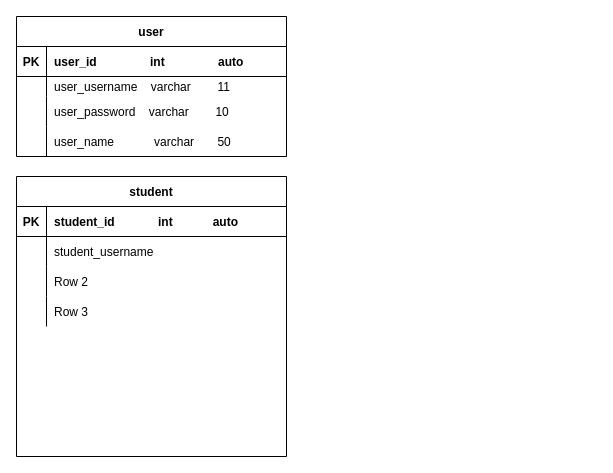
Before: database.drawio in Zwiikty/GPCheck, a draw.io diagram. Source tidied: cells renumbered, new cells numbered last; positions are measured from the earlier drawing's top-left corner, leaving out a move shared by most shapes. Both pictures are drawn from the tidied source at 100%, with x=0, y=0 at pixel (16, 16).
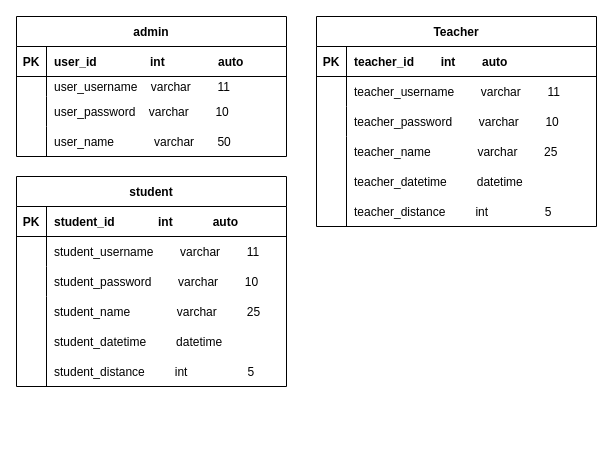
Above is the later version.

The change refers to these unchanged cells:
```xml
<mxCell id="19" style="shape=partialRectangle;fillColor=none;top=0;left=0;bottom=0;right=0;" parent="15" vertex="1">
  <mxGeometry y="60" width="270" height="30" as="geometry" />
</mxCell>
<mxCell id="22" style="shape=partialRectangle;fillColor=none;top=0;left=0;bottom=0;right=0;" parent="15" vertex="1">
  <mxGeometry y="90" width="270" height="30" as="geometry" />
</mxCell>
<mxCell id="25" style="shape=partialRectangle;fillColor=none;top=0;left=0;bottom=0;right=0;" parent="15" vertex="1">
  <mxGeometry y="120" width="270" height="30" as="geometry" />
</mxCell>
```

Change to the diagram source:
```diff
@@
-    <mxCell id="2" value="user" style="shape=table;startSize=30;childLayout=tableLayout;rowLines=0;fontStyle=1;align=center;" parent="1" vertex="1">
+    <mxCell id="2" value="admin" style="shape=table;startSize=30;childLayout=tableLayout;rowLines=0;fontStyle=1;align=center;" parent="1" vertex="1">
       <mxGeometry width="270" height="140" as="geometry" />
     </mxCell>
@@
     <mxCell id="15" value="student" style="shape=table;startSize=30;childLayout=tableLayout;rowLines=0;fontStyle=1;align=center;" parent="1" vertex="1">
-      <mxGeometry y="160" width="270" height="280" as="geometry" />
+      <mxGeometry y="160" width="270" height="210" as="geometry" />
     </mxCell>
@@
-    <mxCell id="21" value="student_username          " style="shape=partialRectangle;fillColor=none;top=0;left=0;bottom=0;right=0;align=left;spacingLeft=6;overflow=hidden;" parent="19" vertex="1">
+    <mxCell id="21" value="student_username        varchar        11         " style="shape=partialRectangle;fillColor=none;top=0;left=0;bottom=0;right=0;align=left;spacingLeft=6;overflow=hidden;" parent="19" vertex="1">
       <mxGeometry x="30" width="240" height="30" as="geometry" />
     </mxCell>
@@
-    <mxCell id="24" value="Row 2" style="shape=partialRectangle;fillColor=none;top=0;left=0;bottom=0;right=0;align=left;spacingLeft=6;overflow=hidden;" parent="22" vertex="1">
+    <mxCell id="24" value="student_password        varchar        10" style="shape=partialRectangle;fillColor=none;top=0;left=0;bottom=0;right=0;align=left;spacingLeft=6;overflow=hidden;" parent="22" vertex="1">
       <mxGeometry x="30" width="240" height="30" as="geometry" />
     </mxCell>
@@
-    <mxCell id="27" value="Row 3" style="shape=partialRectangle;fillColor=none;top=0;left=0;bottom=0;right=0;align=left;spacingLeft=6;overflow=hidden;" parent="25" vertex="1">
+    <mxCell id="27" value="student_name              varchar         25" style="shape=partialRectangle;fillColor=none;top=0;left=0;bottom=0;right=0;align=left;spacingLeft=6;overflow=hidden;" parent="25" vertex="1">
       <mxGeometry x="30" width="240" height="30" as="geometry" />
     </mxCell>
+    <mxCell id="28" value="student_datetime         datetime        " style="shape=partialRectangle;fillColor=none;top=0;left=0;bottom=0;right=0;align=left;spacingLeft=6;overflow=hidden;" parent="1" vertex="1">
+      <mxGeometry x="30" y="310" width="240" height="30" as="geometry" />
+    </mxCell>
+    <mxCell id="29" value="student_distance         int                  5         " style="shape=partialRectangle;fillColor=none;top=0;left=0;bottom=0;right=0;align=left;spacingLeft=6;overflow=hidden;" parent="1" vertex="1">
+      <mxGeometry x="30" y="340" width="240" height="30" as="geometry" />
+    </mxCell>
+    <mxCell id="30" style="shape=partialRectangle;fillColor=none;top=0;left=0;bottom=0;right=1;overflow=hidden;" parent="1" vertex="1">
+      <mxGeometry y="310" width="30" height="30" as="geometry" />
+    </mxCell>
+    <mxCell id="31" style="shape=partialRectangle;fillColor=none;top=0;left=0;bottom=0;right=1;overflow=hidden;" parent="1" vertex="1">
+      <mxGeometry y="340" width="30" height="30" as="geometry" />
+    </mxCell>
+    <mxCell id="32" value="Teacher" style="shape=table;startSize=30;childLayout=tableLayout;rowLines=0;fontStyle=1;align=center;" parent="1" vertex="1">
+      <mxGeometry x="300" width="280" height="210" as="geometry" />
+    </mxCell>
+    <mxCell id="33" style="shape=partialRectangle;fillColor=none;top=0;left=0;bottom=1;right=0;" parent="32" vertex="1">
+      <mxGeometry y="30" width="280" height="30" as="geometry" />
+    </mxCell>
+    <mxCell id="34" value="PK" style="shape=partialRectangle;fillColor=none;top=0;left=0;bottom=0;right=0;fontStyle=1;overflow=hidden;" parent="33" vertex="1">
+      <mxGeometry width="30" height="30" as="geometry" />
+    </mxCell>
+    <mxCell id="35" value="teacher_id        int        auto" style="shape=partialRectangle;fillColor=none;top=0;left=0;bottom=0;right=0;align=left;spacingLeft=6;fontStyle=1;overflow=hidden;" parent="33" vertex="1">
+      <mxGeometry x="30" width="250" height="30" as="geometry" />
+    </mxCell>
+    <mxCell id="36" style="shape=partialRectangle;fillColor=none;top=0;left=0;bottom=0;right=0;" parent="32" vertex="1">
+      <mxGeometry y="60" width="280" height="30" as="geometry" />
+    </mxCell>
+    <mxCell id="37" style="shape=partialRectangle;fillColor=none;top=0;left=0;bottom=0;right=0;overflow=hidden;" parent="36" vertex="1">
+      <mxGeometry width="30" height="30" as="geometry" />
+    </mxCell>
+    <mxCell id="38" value="teacher_username        varchar        11" style="shape=partialRectangle;fillColor=none;top=0;left=0;bottom=0;right=0;align=left;spacingLeft=6;overflow=hidden;" parent="36" vertex="1">
+      <mxGeometry x="30" width="250" height="30" as="geometry" />
+    </mxCell>
+    <mxCell id="39" style="shape=partialRectangle;fillColor=none;top=0;left=0;bottom=0;right=0;" parent="32" vertex="1">
+      <mxGeometry y="90" width="280" height="30" as="geometry" />
+    </mxCell>
+    <mxCell id="40" style="shape=partialRectangle;fillColor=none;top=0;left=0;bottom=0;right=0;overflow=hidden;" parent="39" vertex="1">
+      <mxGeometry width="30" height="30" as="geometry" />
+    </mxCell>
+    <mxCell id="41" value="teacher_password        varchar        10" style="shape=partialRectangle;fillColor=none;top=0;left=0;bottom=0;right=0;align=left;spacingLeft=6;overflow=hidden;" parent="39" vertex="1">
+      <mxGeometry x="30" width="250" height="30" as="geometry" />
+    </mxCell>
+    <mxCell id="42" style="shape=partialRectangle;fillColor=none;top=0;left=0;bottom=0;right=0;" parent="32" vertex="1">
+      <mxGeometry y="120" width="280" height="30" as="geometry" />
+    </mxCell>
+    <mxCell id="43" style="shape=partialRectangle;fillColor=none;top=0;left=0;bottom=0;right=0;overflow=hidden;" parent="42" vertex="1">
+      <mxGeometry width="30" height="30" as="geometry" />
+    </mxCell>
+    <mxCell id="44" value="teacher_name              varchar        25" style="shape=partialRectangle;fillColor=none;top=0;left=0;bottom=0;right=0;align=left;spacingLeft=6;overflow=hidden;" parent="42" vertex="1">
+      <mxGeometry x="30" width="250" height="30" as="geometry" />
+    </mxCell>
+    <mxCell id="45" style="shape=partialRectangle;fillColor=none;top=0;left=0;bottom=0;right=1;overflow=hidden;" parent="1" vertex="1">
+      <mxGeometry x="300" y="150" width="30" height="30" as="geometry" />
+    </mxCell>
+    <mxCell id="46" value="teacher_datetime         datetime" style="shape=partialRectangle;fillColor=none;top=0;left=0;bottom=0;right=0;align=left;spacingLeft=6;overflow=hidden;" parent="1" vertex="1">
+      <mxGeometry x="330" y="150" width="250" height="30" as="geometry" />
+    </mxCell>
+    <mxCell id="47" style="shape=partialRectangle;fillColor=none;top=0;left=0;bottom=0;right=1;overflow=hidden;" parent="1" vertex="1">
+      <mxGeometry x="300" y="180" width="30" height="30" as="geometry" />
+    </mxCell>
+    <mxCell id="48" value="teacher_distance         int                 5" style="shape=partialRectangle;fillColor=none;top=0;left=0;bottom=0;right=0;align=left;spacingLeft=6;overflow=hidden;" parent="1" vertex="1">
+      <mxGeometry x="330" y="180" width="250" height="30" as="geometry" />
+    </mxCell>
```
